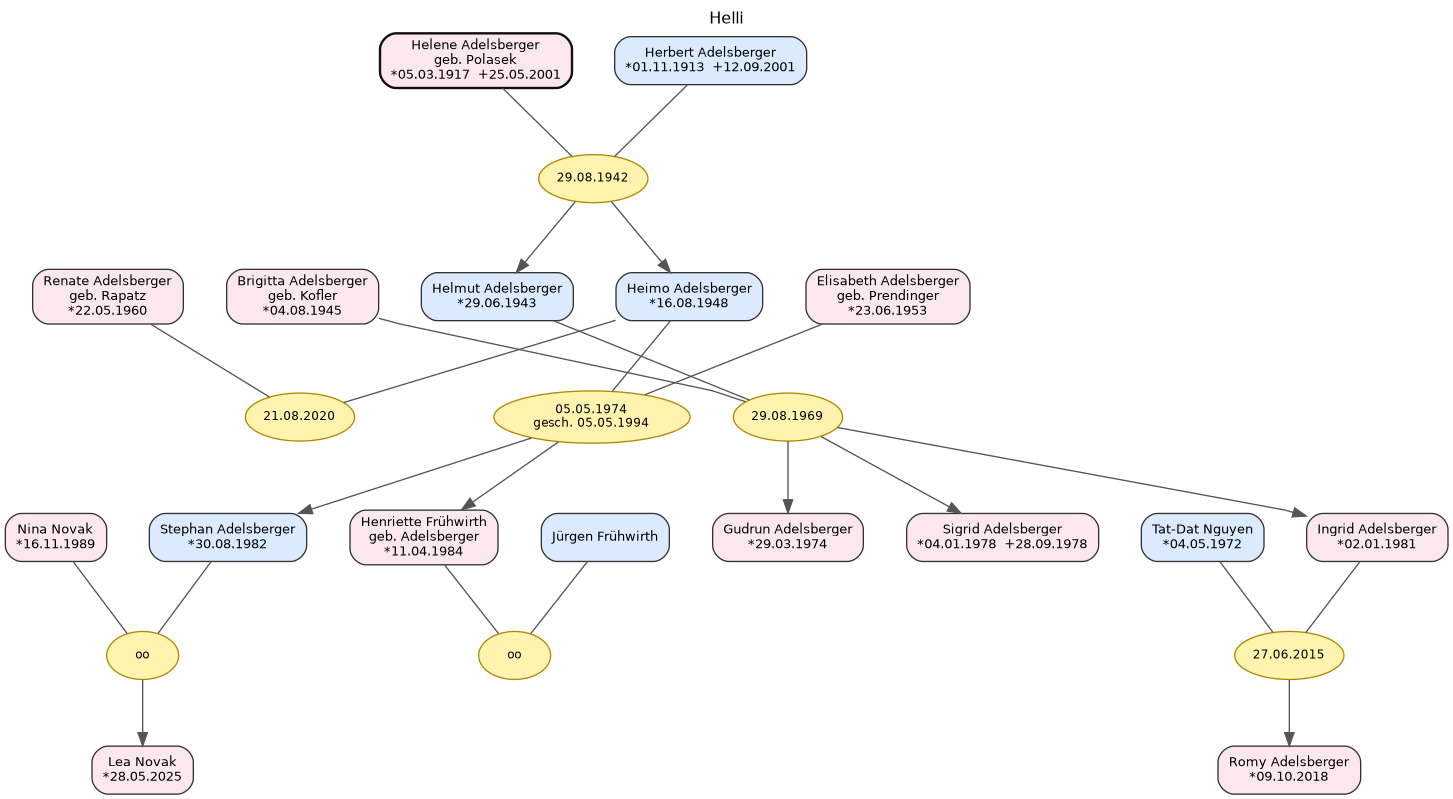
Earlier version of the Graphviz export Helli_0_10.png (Konfusius16/Ahnentafel-Polasek). Its source is kept beside it as Helli_0_10.dot.
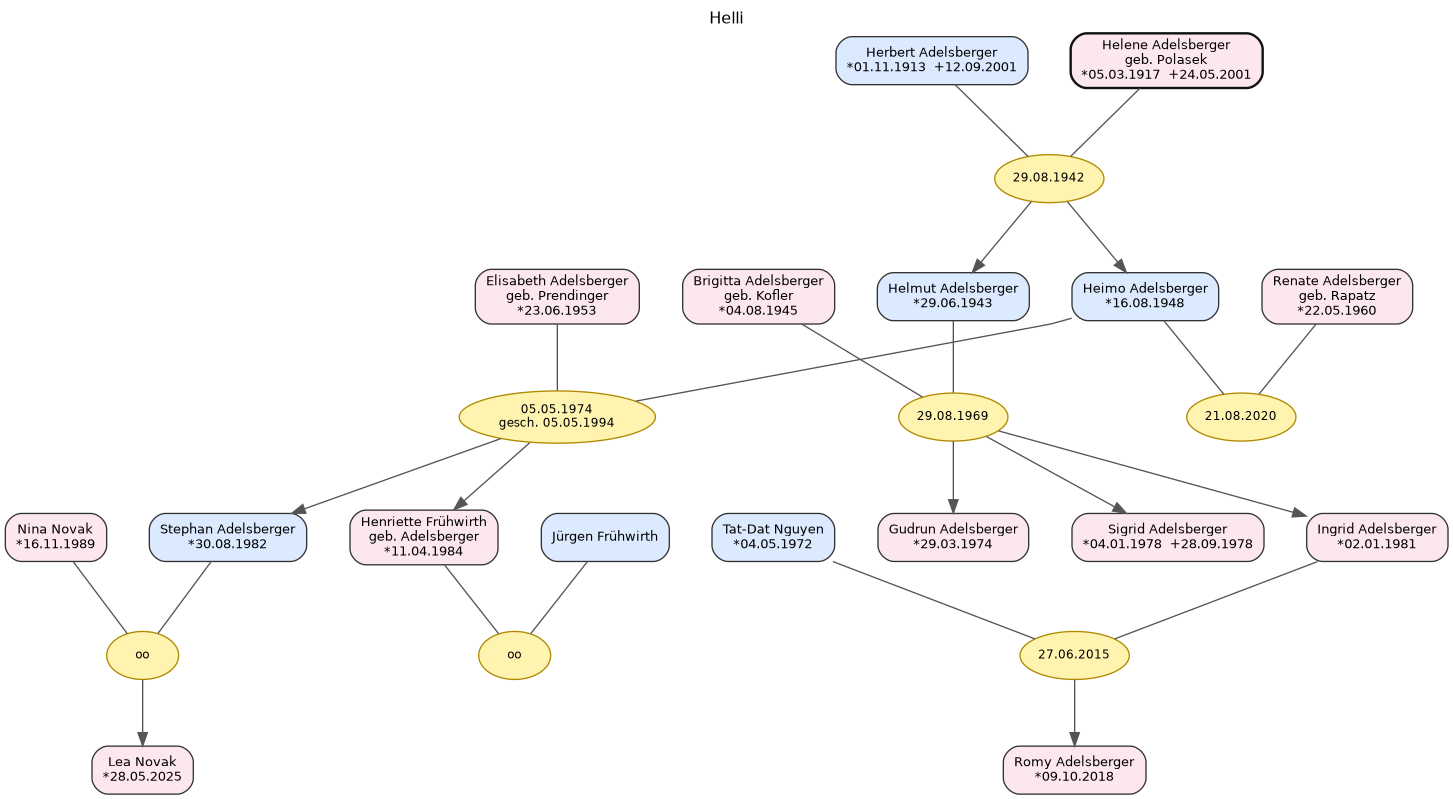
After the commit.

What changed in the source:
```diff
@@ -3,44 +3,103 @@
 	graph [fontname="DejaVu Sans" fontsize=12 label=Helli labelloc=t]
 	node [color="#333333" fontname="DejaVu Sans" fontsize=10 shape=box style="rounded,filled"]
 	edge [color="#555555" fontname="DejaVu Sans"]
+	attS02 [label="Nina Novak
+*16.11.1989" fillcolor="#fde7ef" id=P_attS02]
+	att33 [label="Sigrid Adelsberger
+*04.01.1978  +28.09.1978" fillcolor="#fde7ef" id=P_att33]
+	g6p09 [label="Tat-Dat Nguyen
+*04.05.1972" fillcolor="#dbeafe" id=P_g6p09]
+	att08 [label="Renate Adelsberger
+geb. Rapatz
+*22.05.1960" fillcolor="#fde7ef" id=P_att08]
+	g6p13 [label="Jürgen Frühwirth" fillcolor="#dbeafe" id=P_g6p13]
+	att21 [label="Stephan Adelsberger
+*30.08.1982" fillcolor="#dbeafe" id=P_att21]
+	att14 [label="Elisabeth Adelsberger
+geb. Prendinger
+*23.06.1953" fillcolor="#fde7ef" id=P_att14]
+	att05 [label="Herbert Adelsberger
+*01.11.1913  +12.09.2001" fillcolor="#dbeafe" id=P_att05]
+	att32 [label="Gudrun Adelsberger
+*29.03.1974" fillcolor="#fde7ef" id=P_att32]
 	att07 [label="Heimo Adelsberger
 *16.08.1948" fillcolor="#dbeafe" id=P_att07]
+	att36 [label="Helmut Adelsberger
+*29.06.1943" fillcolor="#dbeafe" id=P_att36]
+	g6p10 [label="Romy Adelsberger
+*09.10.2018" fillcolor="#fde7ef" id=P_g6p10]
+	att41 [label="Lea Novak
+*28.05.2025" fillcolor="#fde7ef" id=P_att41]
 	g6p02 [label="Brigitta Adelsberger
 geb. Kofler
 *04.08.1945" fillcolor="#fde7ef" id=P_g6p02]
-	attS02 [label="Nina Novak
-*16.11.1989" fillcolor="#fde7ef" id=P_attS02]
-	att06 [label="Helene Adelsberger
-geb. Polasek
-*05.03.1917  +25.05.2001" color="#111111" fillcolor="#fde7ef" id=P_att06 penwidth=1.8]
-	g6p10 [label="Romy Adelsberger
-*09.10.2018" fillcolor="#fde7ef" id=P_g6p10]
-	att32 [label="Gudrun Adelsberger
-*29.03.1974" fillcolor="#fde7ef" id=P_att32]
-	att21 [label="Stephan Adelsberger
-*30.08.1982" fillcolor="#dbeafe" id=P_att21]
-	att36 [label="Helmut Adelsberger
-*29.06.1943" fillcolor="#dbeafe" id=P_att36]
-	att14 [label="Elisabeth Adelsberger
-geb. Prendinger
-*23.06.1953" fillcolor="#fde7ef" id=P_att14]
-	att41 [label="Lea Novak
-*28.05.2025" fillcolor="#fde7ef" id=P_att41]
 	att35 [label="Henriette Frühwirth
 geb. Adelsberger
 *11.04.1984" fillcolor="#fde7ef" id=P_att35]
-	att05 [label="Herbert Adelsberger
-*01.11.1913  +12.09.2001" fillcolor="#dbeafe" id=P_att05]
-	att33 [label="Sigrid Adelsberger
-*04.01.1978  +28.09.1978" fillcolor="#fde7ef" id=P_att33]
-	att08 [label="Renate Adelsberger
-geb. Rapatz
-*22.05.1960" fillcolor="#fde7ef" id=P_att08]
-	g6p09 [label="Tat-Dat Nguyen
-*04.05.1972" fillcolor="#dbeafe" id=P_g6p09]
 	att34 [label="Ingrid Adelsberger
 *02.01.1981" fillcolor="#fde7ef" id=P_att34]
-	g6p13 [label="Jürgen Frühwirth" fillcolor="#dbeafe" id=P_g6p13]
+	att06 [label="Helene Adelsberger
+geb. Polasek
+*05.03.1917  +24.05.2001" color="#111111" fillcolor="#fde7ef" id=P_att06 penwidth=1.8]
+	M_g6F2 [label="27.06.2015" color="#b08900" fillcolor="#fff3b0" fontsize=9 id=M_g6F2 shape=ellipse style=filled]
+	subgraph rank_g6F2 {
+		rank=same
+		g6p09
+		att34
+	}
+	g6p09 -> att34 [constraint=true minlen=0 style=invis weight=3600]
+	g6p09 -> M_g6F2 [dir=none minlen=1 weight=60]
+	att34 -> M_g6F2 [dir=none minlen=1 weight=60]
+	subgraph kids_g6F2 {
+		rank=same
+		g6p10
+	}
+	M_g6F2 -> g6p10
+	M_attF5 [label="05.05.1974
+gesch. 05.05.1994" color="#b08900" fillcolor="#fff3b0" fontsize=9 id=M_attF5 shape=ellipse style=filled]
+	subgraph rank_attF5 {
+		rank=same
+		att07
+		att14
+	}
+	att07 -> att14 [constraint=true minlen=0 style=invis weight=3600]
+	att07 -> M_attF5 [dir=none minlen=1 weight=60]
+	att14 -> M_attF5 [dir=none minlen=1 weight=60]
+	subgraph kids_attF5 {
+		rank=same
+		att21
+		att35
+	}
+	M_attF5 -> att21
+	M_attF5 -> att35
+	att21 -> att35 [constraint=true minlen=0 style=invis weight=1400]
+	subgraph pair_att21 {
+		rank=same
+		att21
+		attS02
+	}
+	att21 -> attS02 [constraint=true minlen=0 style=invis weight=2600]
+	attS02 -> att35 [constraint=true minlen=0 style=invis weight=2000]
+	subgraph pair_att35 {
+		rank=same
+		att35
+		g6p13
+	}
+	g6p13 -> att35 [constraint=true minlen=0 style=invis weight=2600]
+	M_attF10 [label=oo color="#b08900" fillcolor="#fff3b0" fontsize=9 id=M_attF10 shape=ellipse style=filled]
+	subgraph rank_attF10 {
+		rank=same
+		att21
+		attS02
+	}
+	att21 -> attS02 [constraint=true minlen=0 style=invis weight=3600]
+	att21 -> M_attF10 [dir=none minlen=1 weight=60]
+	attS02 -> M_attF10 [dir=none minlen=1 weight=60]
+	subgraph kids_attF10 {
+		rank=same
+		att41
+	}
+	M_attF10 -> att41
 	M_g6F5 [label=oo color="#b08900" fillcolor="#fff3b0" fontsize=9 id=M_g6F5 shape=ellipse style=filled]
 	subgraph rank_g6F5 {
 		rank=same
@@ -80,74 +139,6 @@
 		att14
 	}
 	att07 -> att14 [constraint=true minlen=0 style=invis weight=2600]
-	M_attF3 [label="21.08.2020" color="#b08900" fillcolor="#fff3b0" fontsize=9 id=M_attF3 shape=ellipse style=filled]
-	subgraph rank_attF3 {
-		rank=same
-		att07
-		att08
-	}
-	att07 -> att08 [constraint=true minlen=0 style=invis weight=3600]
-	att07 -> M_attF3 [dir=none minlen=1 weight=60]
-	att08 -> M_attF3 [dir=none minlen=1 weight=60]
-	M_attF5 [label="05.05.1974
-gesch. 05.05.1994" color="#b08900" fillcolor="#fff3b0" fontsize=9 id=M_attF5 shape=ellipse style=filled]
-	subgraph rank_attF5 {
-		rank=same
-		att07
-		att14
-	}
-	att07 -> att14 [constraint=true minlen=0 style=invis weight=3600]
-	att07 -> M_attF5 [dir=none minlen=1 weight=60]
-	att14 -> M_attF5 [dir=none minlen=1 weight=60]
-	subgraph kids_attF5 {
-		rank=same
-		att21
-		att35
-	}
-	M_attF5 -> att21
-	M_attF5 -> att35
-	att21 -> att35 [constraint=true minlen=0 style=invis weight=1400]
-	subgraph pair_att21 {
-		rank=same
-		att21
-		attS02
-	}
-	att21 -> attS02 [constraint=true minlen=0 style=invis weight=2600]
-	attS02 -> att35 [constraint=true minlen=0 style=invis weight=2000]
-	subgraph pair_att35 {
-		rank=same
-		att35
-		g6p13
-	}
-	g6p13 -> att35 [constraint=true minlen=0 style=invis weight=2600]
-	M_g6F2 [label="27.06.2015" color="#b08900" fillcolor="#fff3b0" fontsize=9 id=M_g6F2 shape=ellipse style=filled]
-	subgraph rank_g6F2 {
-		rank=same
-		g6p09
-		att34
-	}
-	g6p09 -> att34 [constraint=true minlen=0 style=invis weight=3600]
-	g6p09 -> M_g6F2 [dir=none minlen=1 weight=60]
-	att34 -> M_g6F2 [dir=none minlen=1 weight=60]
-	subgraph kids_g6F2 {
-		rank=same
-		g6p10
-	}
-	M_g6F2 -> g6p10
-	M_attF10 [label=oo color="#b08900" fillcolor="#fff3b0" fontsize=9 id=M_attF10 shape=ellipse style=filled]
-	subgraph rank_attF10 {
-		rank=same
-		att21
-		attS02
-	}
-	att21 -> attS02 [constraint=true minlen=0 style=invis weight=3600]
-	att21 -> M_attF10 [dir=none minlen=1 weight=60]
-	attS02 -> M_attF10 [dir=none minlen=1 weight=60]
-	subgraph kids_attF10 {
-		rank=same
-		att41
-	}
-	M_attF10 -> att41
 	M_g6F1 [label="29.08.1969" color="#b08900" fillcolor="#fff3b0" fontsize=9 id=M_g6F1 shape=ellipse style=filled]
 	subgraph rank_g6F1 {
 		rank=same
@@ -174,6 +165,15 @@
 		g6p09
 	}
 	g6p09 -> att34 [constraint=true minlen=0 style=invis weight=2600]
+	M_attF3 [label="21.08.2020" color="#b08900" fillcolor="#fff3b0" fontsize=9 id=M_attF3 shape=ellipse style=filled]
+	subgraph rank_attF3 {
+		rank=same
+		att07
+		att08
+	}
+	att07 -> att08 [constraint=true minlen=0 style=invis weight=3600]
+	att07 -> M_attF3 [dir=none minlen=1 weight=60]
+	att08 -> M_attF3 [dir=none minlen=1 weight=60]
 	subgraph gen_0 {
 		rank=same
 		att06
```
